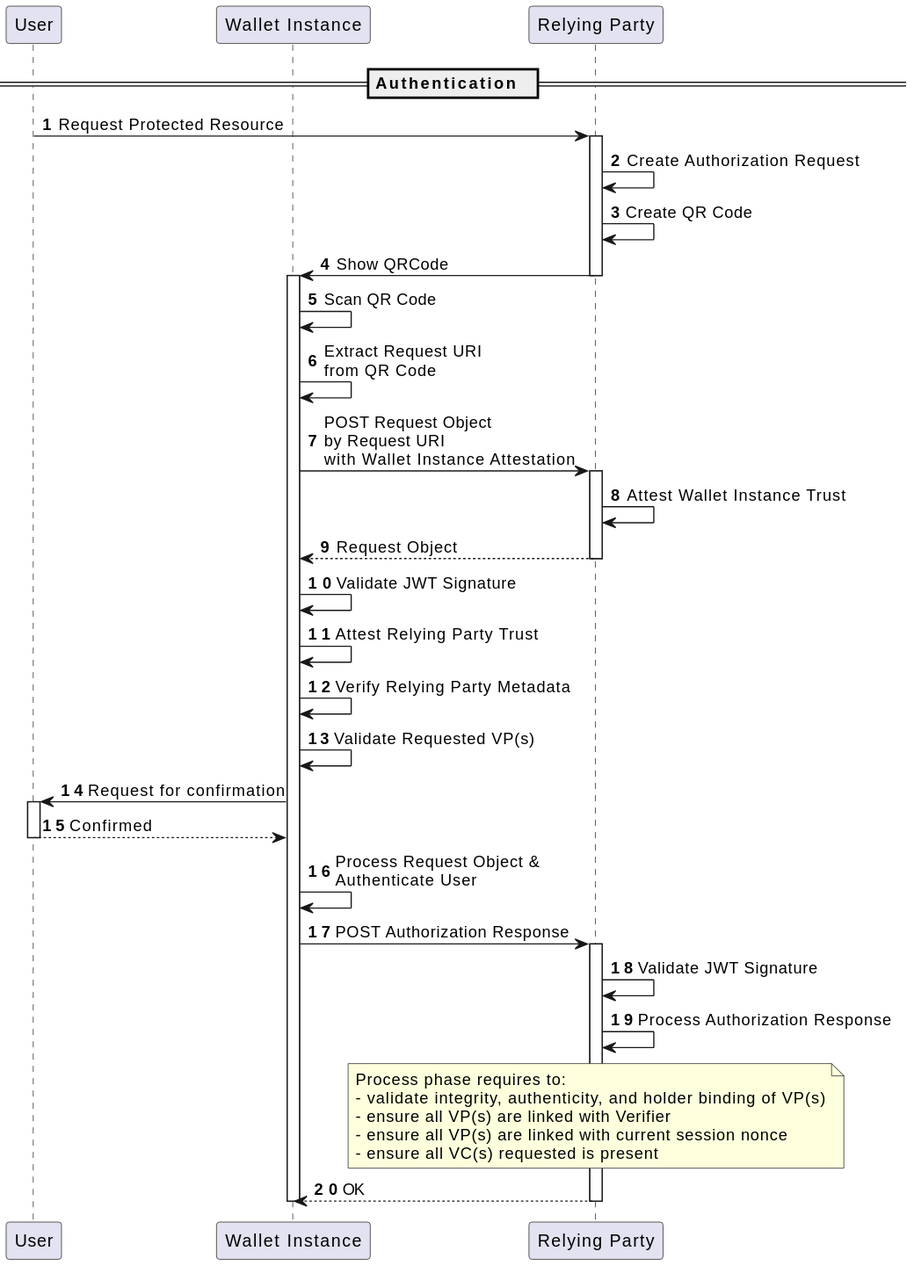
Above: images/cross_device_auth_seq_diagram.svg in italia/eudi-wallet-it-docs (PlantUML), before the change.
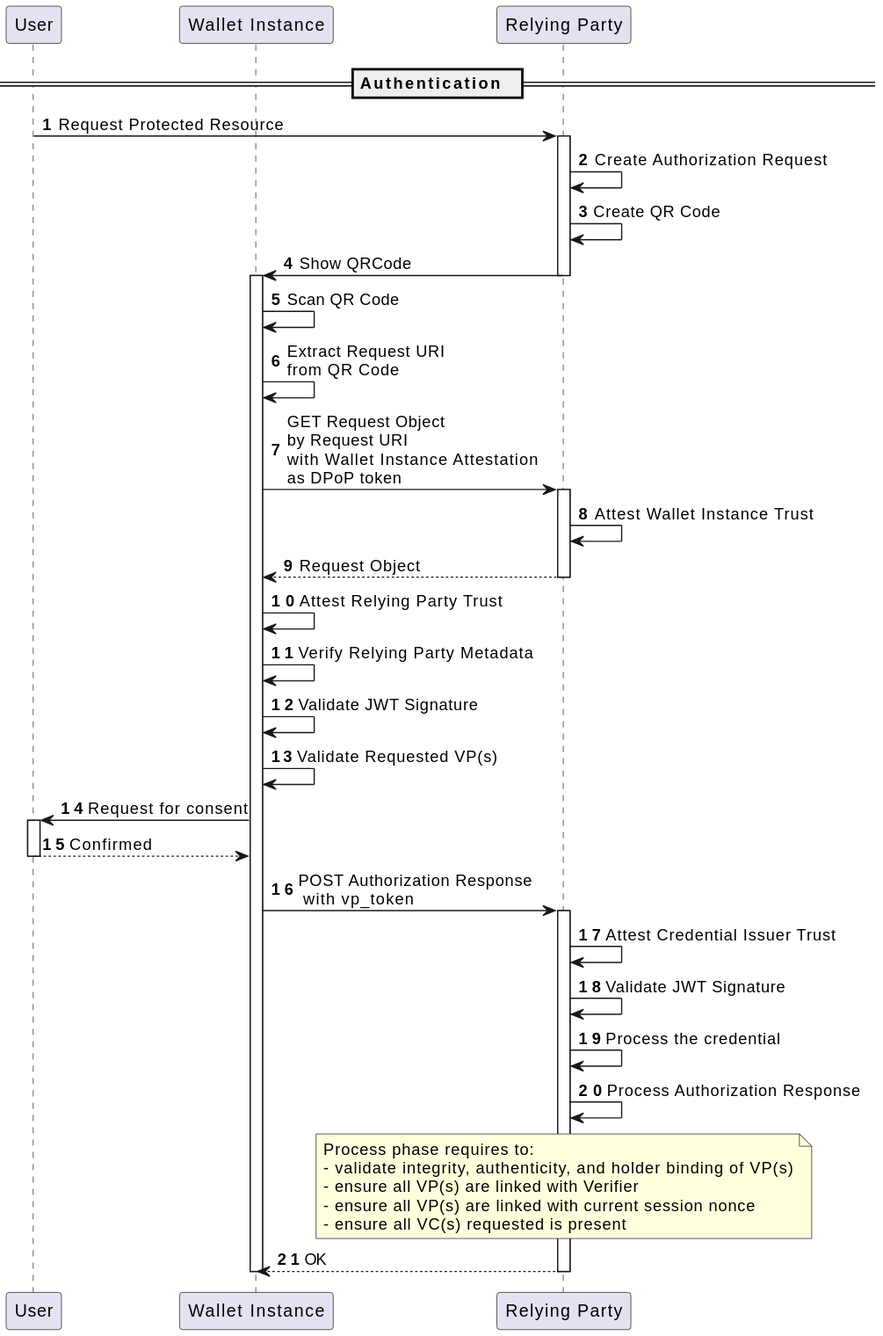
The same file after the commit.

Diff of the diagram source:
```diff
@@ -16,23 +16,24 @@
 
 w -> w: Scan QR Code
 w -> w: Extract Request URI\nfrom QR Code
-w -> ve: POST Request Object \nby Request URI\nwith Wallet Instance Attestation
+w -> ve: GET Request Object \nby Request URI \nwith Wallet Instance Attestation \nas DPoP token
 activate ve
 ve -> ve: Attest Wallet Instance Trust
 ve --> w: Request Object
 deactivate ve
-w -> w: Validate JWT Signature
 w -> w: Attest Relying Party Trust
 w -> w: Verify Relying Party Metadata
+w -> w: Validate JWT Signature
 w -> w: Validate Requested VP(s)
-w -> u: Request for confirmation
+w -> u: Request for consent
 activate u
 u --> w: Confirmed
 deactivate u
-w -> w: Process Request Object &\nAuthenticate User
-w -> ve: POST Authorization Response
+w -> ve: POST Authorization Response \n with vp_token
 activate ve
+ve -> ve: Attest Credential Issuer Trust
 ve -> ve: Validate JWT Signature
+ve -> ve: Process the credential
 ve -> ve: Process Authorization Response
 note over ve: Process phase requires to: \n- validate integrity, authenticity, and holder binding of VP(s)\n- ensure all VP(s) are linked with Verifier\n- ensure all VP(s) are linked with current session nonce\n- ensure all VC(s) requested is present
 ve --> w: OK
```
